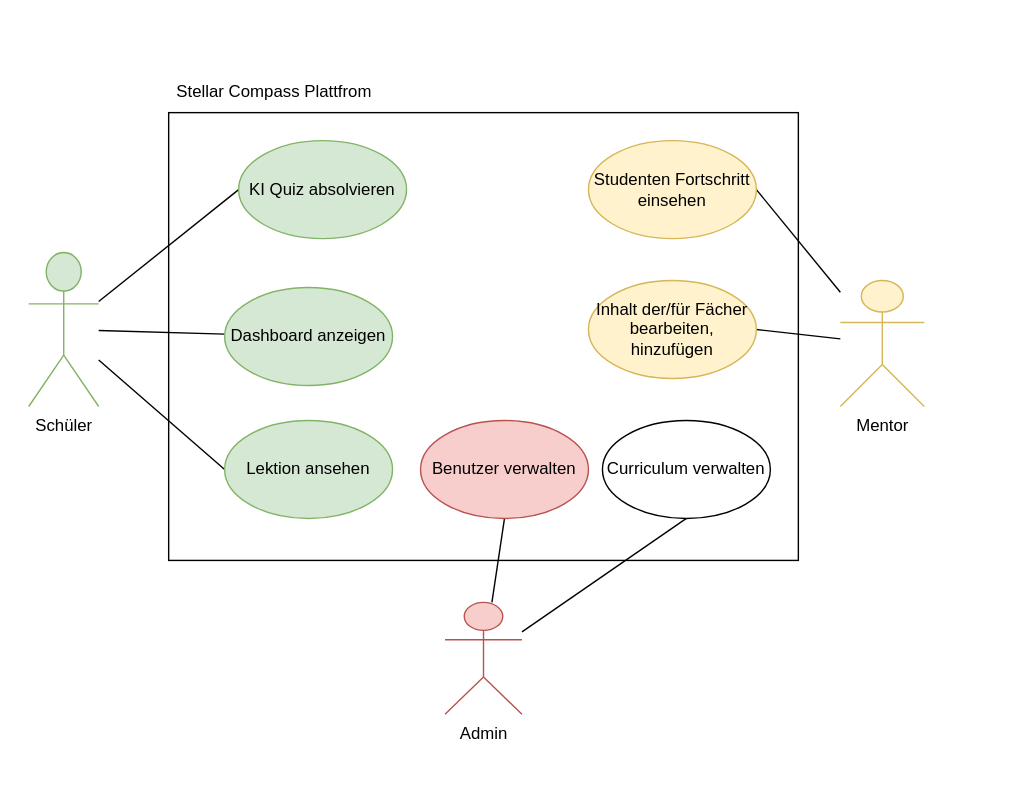
Earlier version of the draw.io export docs/Visuals/uc_diagram.drawio.svg (husse786/stellarcompass). Source tidied: cells renumbered, new cells last; positions are measured from the earlier drawing's top-left corner, leaving out a move shared by most shapes.
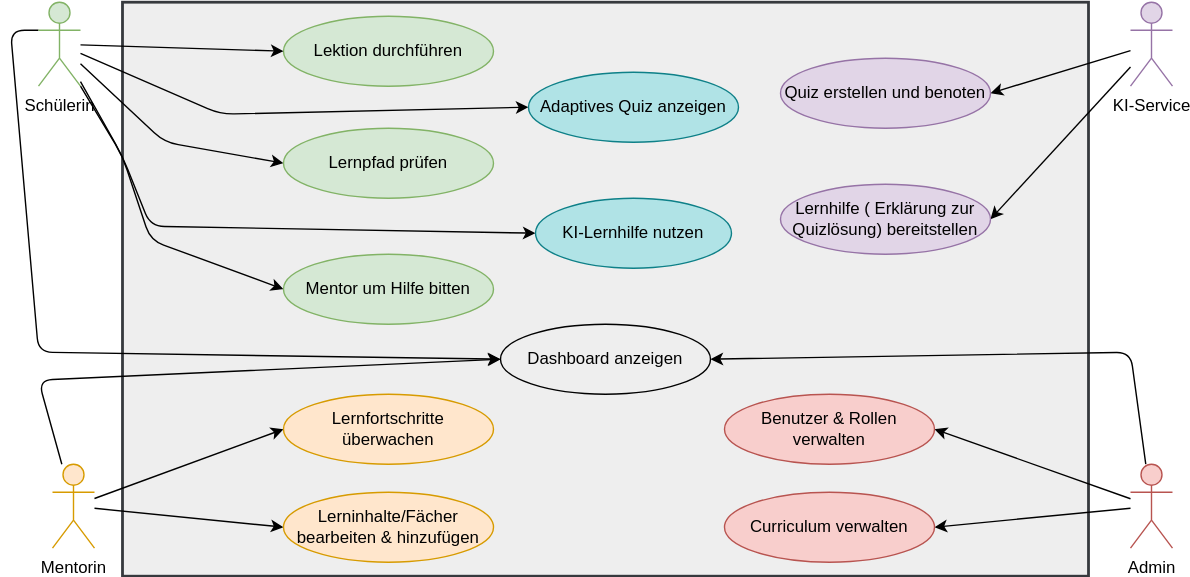
Above is the later version.

Commit message:
Added ER diagram. Closes #3

Diff of the diagram source:
```diff
@@ -2,65 +2,129 @@
   <root>
     <mxCell id="0" />
     <mxCell id="1" parent="0" />
-    <mxCell id="2" style="rounded=0;whiteSpace=wrap;html=1;strokeColor=#FFFFFF;" parent="1" vertex="1">
-      <mxGeometry width="720" height="570" as="geometry" />
-    </mxCell>
-    <mxCell id="3" style="rounded=0;whiteSpace=wrap;html=1;align=left;" parent="1" vertex="1">
-      <mxGeometry x="120" y="80" width="450" height="320" as="geometry" />
-    </mxCell>
-    <mxCell id="4" value="Stellar Compass Plattfrom" style="text;strokeColor=none;fillColor=none;align=left;verticalAlign=middle;spacingLeft=4;spacingRight=4;overflow=hidden;points=[[0,0.5],[1,0.5]];portConstraint=eastwest;whiteSpace=wrap;html=1;" parent="1" vertex="1">
-      <mxGeometry x="120" y="50" width="150" height="30" as="geometry" />
-    </mxCell>
-    <mxCell id="5" style="edgeStyle=none;html=1;endArrow=none;endFill=0;" parent="1" edge="1" source="8" target="16">
-      <mxGeometry relative="1" as="geometry" />
-    </mxCell>
-    <mxCell id="6" style="edgeStyle=none;html=1;entryX=0;entryY=0.5;entryDx=0;entryDy=0;endArrow=none;endFill=0;" parent="1" edge="1" source="8" target="15">
-      <mxGeometry relative="1" as="geometry" />
-    </mxCell>
-    <mxCell id="7" style="edgeStyle=none;html=1;entryX=0;entryY=0.5;entryDx=0;entryDy=0;endArrow=none;endFill=0;" parent="1" edge="1" source="8" target="20">
-      <mxGeometry relative="1" as="geometry" />
-    </mxCell>
-    <mxCell id="8" value="Schüler" style="shape=umlActor;verticalLabelPosition=bottom;verticalAlign=top;html=1;outlineConnect=0;fillColor=#d5e8d4;strokeColor=#82b366;" parent="1" vertex="1">
-      <mxGeometry x="20" y="180" width="50" height="110" as="geometry" />
-    </mxCell>
-    <mxCell id="9" style="edgeStyle=none;html=1;entryX=1;entryY=0.5;entryDx=0;entryDy=0;endArrow=none;endFill=0;" parent="1" edge="1" source="11" target="17">
-      <mxGeometry relative="1" as="geometry" />
-    </mxCell>
-    <mxCell id="10" style="edgeStyle=none;html=1;entryX=1;entryY=0.5;entryDx=0;entryDy=0;endArrow=none;endFill=0;" parent="1" edge="1" source="11" target="21">
-      <mxGeometry relative="1" as="geometry" />
-    </mxCell>
-    <mxCell id="11" value="Mentor" style="shape=umlActor;verticalLabelPosition=bottom;verticalAlign=top;html=1;outlineConnect=0;fillColor=#fff2cc;strokeColor=#d6b656;" parent="1" vertex="1">
-      <mxGeometry x="600" y="200" width="60" height="90" as="geometry" />
-    </mxCell>
-    <mxCell id="12" style="edgeStyle=none;html=1;entryX=0.5;entryY=1;entryDx=0;entryDy=0;endArrow=none;endFill=0;" parent="1" edge="1" source="14" target="19">
-      <mxGeometry relative="1" as="geometry" />
-    </mxCell>
-    <mxCell id="13" style="edgeStyle=none;html=1;entryX=0.5;entryY=1;entryDx=0;entryDy=0;endArrow=none;endFill=0;" parent="1" edge="1" source="14" target="18">
-      <mxGeometry relative="1" as="geometry" />
-    </mxCell>
-    <mxCell id="14" value="Admin" style="shape=umlActor;verticalLabelPosition=bottom;verticalAlign=top;html=1;outlineConnect=0;fillColor=#f8cecc;strokeColor=#b85450;" parent="1" vertex="1">
-      <mxGeometry x="317.5" y="430" width="55" height="80" as="geometry" />
-    </mxCell>
-    <mxCell id="15" value="KI Quiz absolvieren&amp;nbsp;" style="ellipse;whiteSpace=wrap;html=1;fillColor=#d5e8d4;strokeColor=#82b366;" parent="1" vertex="1">
-      <mxGeometry x="170" y="100" width="120" height="70" as="geometry" />
-    </mxCell>
+    <mxCell id="22" style="rounded=0;whiteSpace=wrap;html=1;fillColor=#eeeeee;strokeColor=#36393d;strokeWidth=2;" parent="1" vertex="1">
+      <mxGeometry x="160" y="20" width="690" height="410" as="geometry" />
+    </mxCell>
-    <mxCell id="16" value="Dashboard anzeigen" style="ellipse;whiteSpace=wrap;html=1;fillColor=#d5e8d4;strokeColor=#82b366;" parent="1" vertex="1">
-      <mxGeometry x="160" y="205" width="120" height="70" as="geometry" />
+    <mxCell id="16" style="edgeStyle=none;html=1;entryX=0;entryY=0.5;entryDx=0;entryDy=0;" parent="1" edge="1" source="23" target="15">
+      <mxGeometry relative="1" as="geometry">
+        <Array as="points">
+          <mxPoint x="190" y="120" />
+        </Array>
+      </mxGeometry>
     </mxCell>
-    <mxCell id="17" value="Studenten Fortschritt einsehen" style="ellipse;whiteSpace=wrap;html=1;fillColor=#fff2cc;strokeColor=#d6b656;" parent="1" vertex="1">
-      <mxGeometry x="420" y="100" width="120" height="70" as="geometry" />
+    <mxCell id="17" style="edgeStyle=none;html=1;entryX=0;entryY=0.5;entryDx=0;entryDy=0;" parent="1" edge="1" source="23" target="30">
+      <mxGeometry relative="1" as="geometry">
+        <Array as="points">
+          <mxPoint x="230" y="100" />
+        </Array>
+      </mxGeometry>
     </mxCell>
-    <mxCell id="18" value="Curriculum verwalten" style="ellipse;whiteSpace=wrap;html=1;" parent="1" vertex="1">
-      <mxGeometry x="430" y="300" width="120" height="70" as="geometry" />
+    <mxCell id="18" style="edgeStyle=none;html=1;entryX=0;entryY=0.5;entryDx=0;entryDy=0;exitX=1;exitY=1;exitDx=0;exitDy=0;exitPerimeter=0;" parent="1" edge="1" source="23" target="29">
+      <mxGeometry relative="1" as="geometry">
+        <Array as="points">
+          <mxPoint x="160" y="130" />
+          <mxPoint x="180" y="190" />
+        </Array>
+      </mxGeometry>
     </mxCell>
-    <mxCell id="19" value="Benutzer verwalten" style="ellipse;whiteSpace=wrap;html=1;fillColor=#f8cecc;strokeColor=#b85450;" parent="1" vertex="1">
-      <mxGeometry x="300" y="300" width="120" height="70" as="geometry" />
+    <mxCell id="19" style="edgeStyle=none;html=1;entryX=0;entryY=0.5;entryDx=0;entryDy=0;" parent="1" edge="1" source="23" target="31">
+      <mxGeometry relative="1" as="geometry">
+        <Array as="points">
+          <mxPoint x="160" y="130" />
+          <mxPoint x="180" y="180" />
+        </Array>
+      </mxGeometry>
     </mxCell>
+    <mxCell id="2" style="edgeStyle=none;html=1;entryX=0;entryY=0.5;entryDx=0;entryDy=0;exitX=0;exitY=0.3333333333333333;exitDx=0;exitDy=0;exitPerimeter=0;" parent="1" edge="1" source="23" target="13">
+      <mxGeometry relative="1" as="geometry">
+        <Array as="points">
+          <mxPoint x="80" y="40" />
+          <mxPoint x="100" y="270" />
+        </Array>
+      </mxGeometry>
+    </mxCell>
+    <mxCell id="23" value="Schülerin" style="shape=umlActor;verticalLabelPosition=bottom;verticalAlign=top;html=1;outlineConnect=0;fillColor=#d5e8d4;strokeColor=#82b366;align=center;" parent="1" vertex="1">
+      <mxGeometry x="100" y="20" width="30" height="60" as="geometry" />
+    </mxCell>
+    <mxCell id="24" style="edgeStyle=none;html=1;entryX=0;entryY=0.5;entryDx=0;entryDy=0;" parent="1" edge="1" source="4" target="32">
+      <mxGeometry relative="1" as="geometry" />
+    </mxCell>
+    <mxCell id="25" style="edgeStyle=none;html=1;entryX=0;entryY=0.5;entryDx=0;entryDy=0;" parent="1" edge="1" source="4" target="33">
+      <mxGeometry relative="1" as="geometry" />
+    </mxCell>
+    <mxCell id="26" style="edgeStyle=none;html=1;entryX=0;entryY=0.5;entryDx=0;entryDy=0;" parent="1" edge="1" source="4" target="13">
+      <mxGeometry relative="1" as="geometry">
+        <Array as="points">
+          <mxPoint x="100" y="290" />
+        </Array>
+      </mxGeometry>
+    </mxCell>
+    <mxCell id="4" value="Mentorin" style="shape=umlActor;verticalLabelPosition=bottom;verticalAlign=top;html=1;outlineConnect=0;fillColor=#ffe6cc;strokeColor=#d79b00;" parent="1" vertex="1">
+      <mxGeometry x="110" y="350" width="30" height="60" as="geometry" />
+    </mxCell>
-    <mxCell id="20" value="Lektion ansehen" style="ellipse;whiteSpace=wrap;html=1;fillColor=#d5e8d4;strokeColor=#82b366;" parent="1" vertex="1">
-      <mxGeometry x="160" y="300" width="120" height="70" as="geometry" />
+    <mxCell id="20" style="edgeStyle=none;html=1;entryX=1;entryY=0.5;entryDx=0;entryDy=0;" parent="1" edge="1" source="8" target="6">
+      <mxGeometry relative="1" as="geometry" />
     </mxCell>
+    <mxCell id="7" style="edgeStyle=none;html=1;entryX=1;entryY=0.5;entryDx=0;entryDy=0;" parent="1" edge="1" source="8" target="5">
+      <mxGeometry relative="1" as="geometry" />
+    </mxCell>
+    <mxCell id="27" style="edgeStyle=none;html=1;entryX=1;entryY=0.5;entryDx=0;entryDy=0;" parent="1" edge="1" source="8" target="13">
+      <mxGeometry relative="1" as="geometry">
+        <Array as="points">
+          <mxPoint x="880" y="270" />
+        </Array>
+      </mxGeometry>
+    </mxCell>
+    <mxCell id="8" value="Admin" style="shape=umlActor;verticalLabelPosition=bottom;verticalAlign=top;html=1;outlineConnect=0;fillColor=#f8cecc;strokeColor=#b85450;" parent="1" vertex="1">
+      <mxGeometry x="880" y="350" width="30" height="60" as="geometry" />
+    </mxCell>
+    <mxCell id="10" style="edgeStyle=none;html=1;entryX=1;entryY=0.5;entryDx=0;entryDy=0;" parent="1" edge="1" source="14" target="9">
+      <mxGeometry relative="1" as="geometry" />
+    </mxCell>
+    <mxCell id="12" style="edgeStyle=none;html=1;entryX=1;entryY=0.5;entryDx=0;entryDy=0;" parent="1" edge="1" source="14" target="21">
+      <mxGeometry relative="1" as="geometry" />
+    </mxCell>
+    <mxCell id="14" value="KI-Service" style="shape=umlActor;verticalLabelPosition=bottom;verticalAlign=top;html=1;outlineConnect=0;fillColor=#e1d5e7;strokeColor=#9673a6;" parent="1" vertex="1">
+      <mxGeometry x="880" y="20" width="30" height="60" as="geometry" />
+    </mxCell>
+    <mxCell id="28" value="Lektion durchführen" style="ellipse;whiteSpace=wrap;html=1;fillColor=#d5e8d4;strokeColor=#82b366;" parent="1" vertex="1">
+      <mxGeometry x="275" y="30" width="150" height="50" as="geometry" />
+    </mxCell>
+    <mxCell id="15" value="Lernpfad prüfen" style="ellipse;whiteSpace=wrap;html=1;fillColor=#d5e8d4;strokeColor=#82b366;" parent="1" vertex="1">
+      <mxGeometry x="275" y="110" width="150" height="50" as="geometry" />
+    </mxCell>
+    <mxCell id="29" value="Mentor um Hilfe bitten" style="ellipse;whiteSpace=wrap;html=1;fillColor=#d5e8d4;strokeColor=#82b366;" parent="1" vertex="1">
+      <mxGeometry x="275" y="200" width="150" height="50" as="geometry" />
+    </mxCell>
+    <mxCell id="30" value="Adaptives Quiz anzeigen" style="ellipse;whiteSpace=wrap;html=1;fillColor=#b0e3e6;strokeColor=#0e8088;" parent="1" vertex="1">
+      <mxGeometry x="450" y="70" width="150" height="50" as="geometry" />
+    </mxCell>
+    <mxCell id="31" value="KI-Lernhilfe nutzen" style="ellipse;whiteSpace=wrap;html=1;fillColor=#b0e3e6;strokeColor=#0e8088;" parent="1" vertex="1">
+      <mxGeometry x="455" y="160" width="140" height="50" as="geometry" />
+    </mxCell>
+    <mxCell id="32" value="Lernfortschritte überwachen" style="ellipse;whiteSpace=wrap;html=1;fillColor=#ffe6cc;strokeColor=#d79b00;" parent="1" vertex="1">
+      <mxGeometry x="275" y="300" width="150" height="50" as="geometry" />
+    </mxCell>
+    <mxCell id="33" value="Lerninhalte/Fächer bearbeiten &amp;amp; hinzufügen&amp;nbsp;" style="ellipse;whiteSpace=wrap;html=1;fillColor=#ffe6cc;strokeColor=#d79b00;" parent="1" vertex="1">
+      <mxGeometry x="275" y="370" width="150" height="50" as="geometry" />
+    </mxCell>
+    <mxCell id="34" style="edgeStyle=none;html=1;entryX=0;entryY=0.5;entryDx=0;entryDy=0;" parent="1" edge="1" source="23" target="28">
+      <mxGeometry relative="1" as="geometry" />
+    </mxCell>
+    <mxCell id="5" value="Benutzer &amp;amp; Rollen verwalten" style="ellipse;whiteSpace=wrap;html=1;fillColor=#f8cecc;strokeColor=#b85450;" parent="1" vertex="1">
+      <mxGeometry x="590" y="300" width="150" height="50" as="geometry" />
+    </mxCell>
+    <mxCell id="6" value="Curriculum verwalten" style="ellipse;whiteSpace=wrap;html=1;fillColor=#f8cecc;strokeColor=#b85450;" parent="1" vertex="1">
+      <mxGeometry x="590" y="370" width="150" height="50" as="geometry" />
+    </mxCell>
+    <mxCell id="9" value="Quiz erstellen und benoten" style="ellipse;whiteSpace=wrap;html=1;fillColor=#e1d5e7;strokeColor=#9673a6;" parent="1" vertex="1">
+      <mxGeometry x="630" y="60" width="150" height="50" as="geometry" />
+    </mxCell>
-    <mxCell id="21" value="Inhalt der/für Fächer bearbeiten, hinzufügen" style="ellipse;whiteSpace=wrap;html=1;fillColor=#fff2cc;strokeColor=#d6b656;" parent="1" vertex="1">
-      <mxGeometry x="420" y="200" width="120" height="70" as="geometry" />
+    <mxCell id="21" value="Lernhilfe ( Erklärung zur Quizlösung) bereitstellen" style="ellipse;whiteSpace=wrap;html=1;fillColor=#e1d5e7;strokeColor=#9673a6;" parent="1" vertex="1">
+      <mxGeometry x="630" y="150" width="150" height="50" as="geometry" />
     </mxCell>
+    <mxCell id="13" value="Dashboard anzeigen" style="ellipse;whiteSpace=wrap;html=1;fillColor=none;" parent="1" vertex="1">
+      <mxGeometry x="430" y="250" width="150" height="50" as="geometry" />
+    </mxCell>
   </root>
 </mxGraphModel>
```
